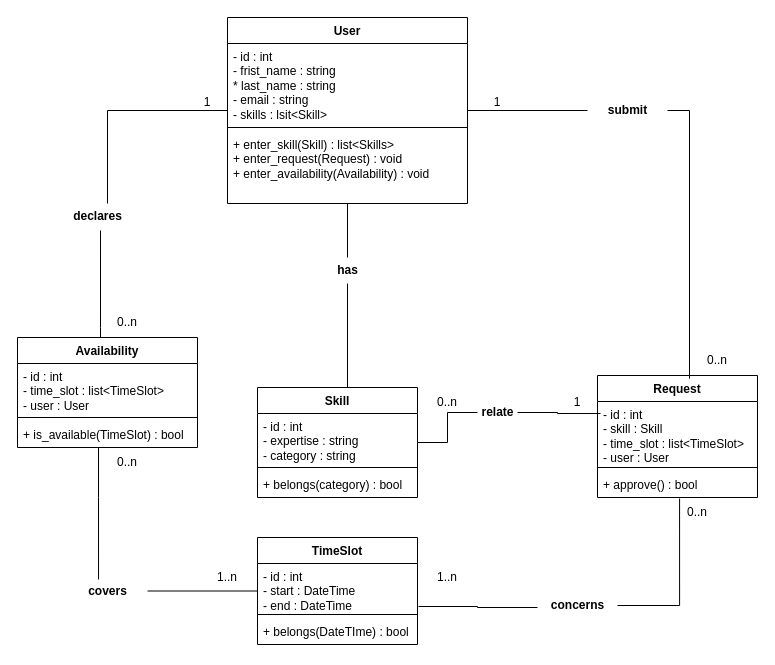
This is page "Page-2" (2 of 3) of Conception/UML.drawio from doremijazz/Evaluation_python_web, a draw.io file, before an edit. Source tidied: cells renumbered, new cells numbered last; positions are measured from the earlier drawing's top-left corner, leaving out a move shared by most shapes. Both pictures are drawn from the tidied source at 100%, with x=0, y=0 at pixel (17, 17).
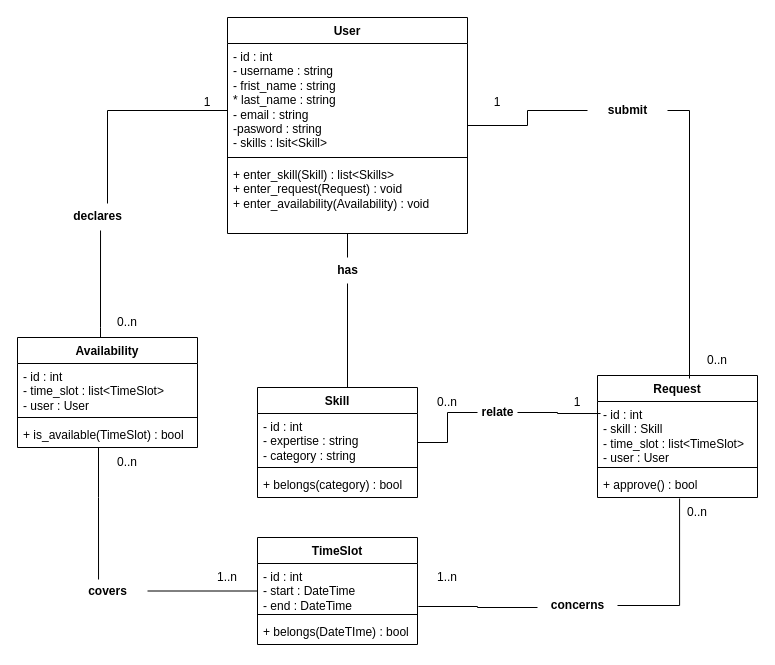
The same diagram, later.

Commit message (it also covers changes not shown here):
MODIF : classe user username et pasword manquait

Diff of the diagram source:
```diff
@@
     <mxCell id="4" value="User" style="swimlane;fontStyle=1;align=center;verticalAlign=top;horizontal=1;startSize=26;whiteSpace=wrap;html=1;" parent="1" vertex="1">
-      <mxGeometry x="210" width="240" height="186" as="geometry" />
+      <mxGeometry x="210" width="240" height="216" as="geometry" />
     </mxCell>
-    <mxCell id="5" value="- id : int&lt;div&gt;- frist_name : string&lt;/div&gt;&lt;div&gt;* last_name : string&lt;/div&gt;&lt;div&gt;- email : string&lt;/div&gt;&lt;div&gt;- skills : lsit&amp;lt;Skill&amp;gt;&lt;/div&gt;" style="text;strokeColor=none;fillColor=none;align=left;verticalAlign=top;spacingLeft=4;spacingRight=4;overflow=hidden;whiteSpace=wrap;html=1;" parent="4" vertex="1">
-      <mxGeometry y="26" width="240" height="80" as="geometry" />
+    <mxCell id="5" value="- id : int&lt;div&gt;- username : string&lt;br&gt;&lt;div&gt;- frist_name : string&lt;/div&gt;&lt;div&gt;* last_name : string&lt;/div&gt;&lt;div&gt;- email : string&lt;/div&gt;&lt;div&gt;-pasword : string&lt;/div&gt;&lt;div&gt;- skills : lsit&amp;lt;Skill&amp;gt;&lt;/div&gt;&lt;/div&gt;" style="text;strokeColor=none;fillColor=none;align=left;verticalAlign=top;spacingLeft=4;spacingRight=4;overflow=hidden;whiteSpace=wrap;html=1;" parent="4" vertex="1">
+      <mxGeometry y="26" width="240" height="110" as="geometry" />
     </mxCell>
     <mxCell id="6" style="line;strokeWidth=1;fillColor=none;align=left;verticalAlign=middle;spacingTop=-1;spacingLeft=3;spacingRight=3;labelPosition=right;strokeColor=inherit;" parent="4" vertex="1">
-      <mxGeometry y="106" width="240" height="8" as="geometry" />
+      <mxGeometry y="136" width="240" height="8" as="geometry" />
     </mxCell>
     <mxCell id="7" value="+ enter_skill(Skill) : list&amp;lt;Skills&amp;gt;&lt;div&gt;+ enter_request(Request) : void&lt;/div&gt;&lt;div&gt;+ enter_availability(Availability) : void&lt;/div&gt;" style="text;strokeColor=none;fillColor=none;align=left;verticalAlign=top;spacingLeft=4;spacingRight=4;overflow=hidden;whiteSpace=wrap;html=1;" parent="4" vertex="1">
-      <mxGeometry y="114" width="240" height="72" as="geometry" />
+      <mxGeometry y="144" width="240" height="72" as="geometry" />
     </mxCell>
```
